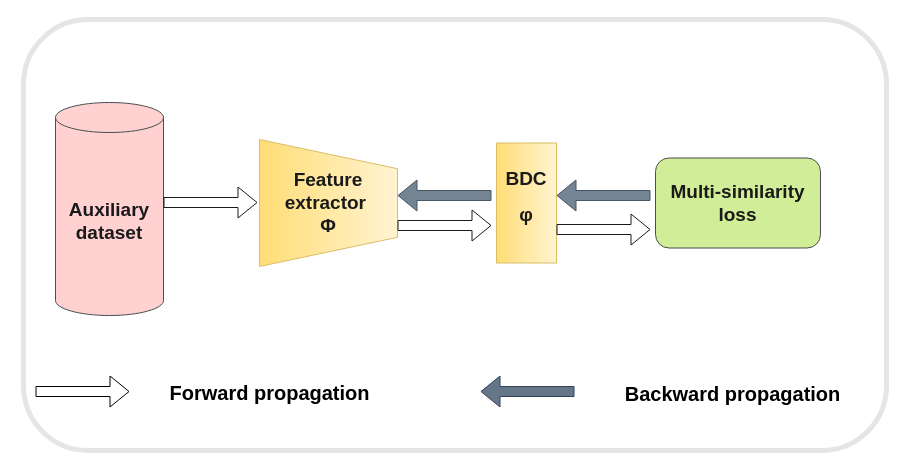
Before: 预训练.drawio in lilang0710/ll, a draw.io diagram. Source tidied: cells renumbered, new cells numbered last; positions are measured from the earlier drawing's top-left corner, leaving out a move shared by most shapes. Both pictures are drawn from the tidied source at 100%, with x=0, y=0 at pixel (23, 19).
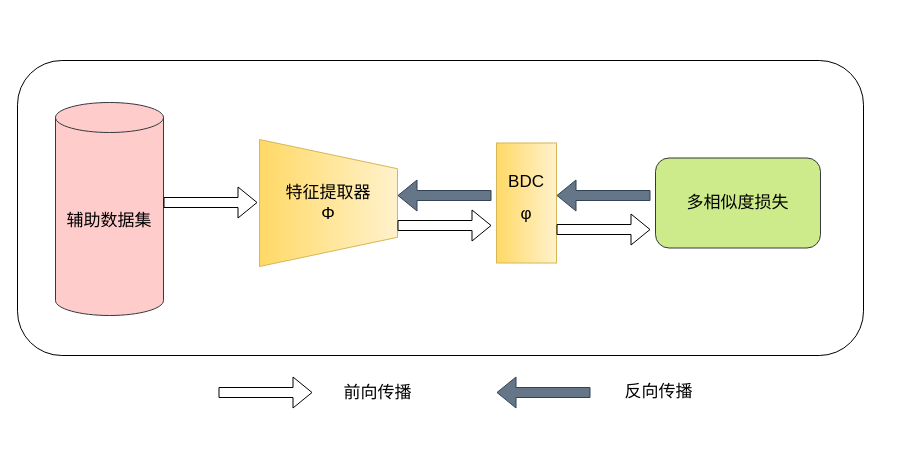
The same diagram, later.

Commit message:
更新预训练.drawio

The edit, as a diff of the source:
```diff
@@
-    <mxCell id="2" value="&lt;font style=&quot;font-size: 19px;&quot;&gt;&lt;b&gt;Auxiliary dataset&lt;/b&gt;&lt;/font&gt;" style="shape=cylinder3;whiteSpace=wrap;html=1;boundedLbl=1;backgroundOutline=1;size=15;fillColor=#ffcccc;strokeColor=#36393d;" parent="1" vertex="1">
+    <mxCell id="2" value="&lt;font style=&quot;font-size: 17px;&quot;&gt;辅助数据集&lt;/font&gt;" style="shape=cylinder3;whiteSpace=wrap;html=1;boundedLbl=1;backgroundOutline=1;size=15;fillColor=#ffcccc;strokeColor=#36393d;" parent="1" vertex="1">
       <mxGeometry x="32" y="83" width="108" height="213" as="geometry" />
     </mxCell>
-    <mxCell id="3" value="&lt;div style=&quot;font-size: 19px;&quot;&gt;&lt;font style=&quot;font-size: 19px;&quot;&gt;&lt;b&gt;&lt;font style=&quot;font-size: 19px;&quot;&gt;&lt;font style=&quot;font-size: 19px;&quot;&gt;Feature extractor&lt;/font&gt;&lt;span class=&quot;content-right_1THTn&quot;&gt;&amp;nbsp;&lt;/span&gt;&lt;/font&gt;&lt;/b&gt;&lt;/font&gt;&lt;/div&gt;&lt;div style=&quot;font-size: 19px;&quot;&gt;&lt;font style=&quot;font-size: 19px;&quot;&gt;&lt;b&gt;&lt;font style=&quot;font-size: 19px;&quot;&gt;&lt;span class=&quot;content-right_1THTn&quot;&gt;Φ&lt;/span&gt;&lt;/font&gt;&lt;/b&gt;&lt;/font&gt;&lt;/div&gt;" style="verticalLabelPosition=middle;verticalAlign=middle;html=1;shape=trapezoid;perimeter=trapezoidPerimeter;whiteSpace=wrap;size=0.23;arcSize=10;flipV=1;labelPosition=center;align=center;direction=south;fillColor=#fff2cc;gradientColor=#ffd966;strokeColor=#d6b656;" parent="1" vertex="1">
+    <mxCell id="3" value="&lt;div style=&quot;font-size: 17px;&quot;&gt;&lt;font style=&quot;font-size: 17px;&quot;&gt;&lt;font style=&quot;font-size: 17px;&quot;&gt;&lt;font style=&quot;font-size: 17px;&quot;&gt;特征提取器&lt;/font&gt;&lt;span class=&quot;content-right_1THTn&quot;&gt; &lt;br&gt;&lt;/span&gt;&lt;/font&gt;&lt;/font&gt;&lt;/div&gt;&lt;div style=&quot;font-size: 17px;&quot;&gt;&lt;font style=&quot;font-size: 17px;&quot;&gt;&lt;font style=&quot;font-size: 17px;&quot;&gt;&lt;span class=&quot;content-right_1THTn&quot;&gt;Φ&lt;/span&gt;&lt;/font&gt;&lt;/font&gt;&lt;/div&gt;" style="verticalLabelPosition=middle;verticalAlign=middle;html=1;shape=trapezoid;perimeter=trapezoidPerimeter;whiteSpace=wrap;size=0.23;arcSize=10;flipV=1;labelPosition=center;align=center;direction=south;fillColor=#fff2cc;gradientColor=#ffd966;strokeColor=#d6b656;" parent="1" vertex="1">
       <mxGeometry x="236" y="120" width="138" height="127" as="geometry" />
     </mxCell>
-    <mxCell id="4" value="&lt;font style=&quot;font-size: 19px;&quot;&gt;&lt;b&gt;BDC &lt;/b&gt;&lt;/font&gt;&lt;h1 style=&quot;font-size: 19px;&quot; class=&quot;QuestionHeader-title&quot;&gt;&lt;font style=&quot;font-size: 19px;&quot;&gt;φ&lt;/font&gt;&lt;/h1&gt;" style="rounded=0;whiteSpace=wrap;html=1;direction=south;fillColor=#fff2cc;gradientColor=#ffd966;strokeColor=#d6b656;" parent="1" vertex="1">
+    <mxCell id="4" value="&lt;font style=&quot;font-size: 17px;&quot;&gt;BDC &lt;/font&gt;&lt;h1 style=&quot;font-size: 17px;&quot; class=&quot;QuestionHeader-title&quot;&gt;&lt;font style=&quot;font-size: 17px;&quot;&gt;&lt;span style=&quot;font-weight: normal;&quot;&gt;φ&lt;/span&gt;&lt;/font&gt;&lt;/h1&gt;" style="rounded=0;whiteSpace=wrap;html=1;direction=south;fillColor=#fff2cc;gradientColor=#ffd966;strokeColor=#d6b656;" parent="1" vertex="1">
       <mxGeometry x="473" y="123.5" width="60" height="120" as="geometry" />
     </mxCell>
-    <mxCell id="5" value="&lt;font style=&quot;font-size: 19px;&quot;&gt;&lt;b&gt;&lt;font style=&quot;font-size: 19px;&quot;&gt;Multi-similarity loss&lt;/font&gt;&lt;/b&gt;&lt;/font&gt;" style="rounded=1;whiteSpace=wrap;html=1;fillColor=#cdeb8b;strokeColor=#36393d;" parent="1" vertex="1">
+    <mxCell id="5" value="&lt;font size=&quot;1&quot;&gt;&lt;font style=&quot;font-size: 17px;&quot;&gt;多相似度损失&lt;/font&gt;&lt;/font&gt;" style="rounded=1;whiteSpace=wrap;html=1;fillColor=#cdeb8b;strokeColor=#36393d;" parent="1" vertex="1">
       <mxGeometry x="632" y="138.5" width="165" height="90" as="geometry" />
     </mxCell>
@@
-    <mxCell id="11" style="rounded=1;whiteSpace=wrap;html=1;opacity=10;strokeWidth=5;" parent="1" vertex="1">
-      <mxGeometry width="863" height="431" as="geometry" />
-    </mxCell>
-    <mxCell id="12" value="&lt;font style=&quot;font-size: 22px;&quot;&gt;&lt;b style=&quot;font-size: 20px;&quot;&gt;&lt;font style=&quot;font-size: 20px;&quot;&gt;Forward propagation&lt;br&gt;&lt;/font&gt;&lt;/b&gt;&lt;/font&gt;" style="text;html=1;align=center;verticalAlign=middle;strokeColor=none;fillColor=none;" parent="1" vertex="1">
-      <mxGeometry x="137" y="355" width="218" height="38" as="geometry" />
+    <mxCell id="12" value="&lt;font style=&quot;font-size: 17px;&quot;&gt;&lt;font style=&quot;font-size: 17px;&quot;&gt;前向传播&lt;br&gt;&lt;/font&gt;&lt;/font&gt;" style="text;html=1;align=center;verticalAlign=middle;strokeColor=none;fillColor=none;" parent="1" vertex="1">
+      <mxGeometry x="311" y="358" width="86" height="32" as="geometry" />
     </mxCell>
-    <mxCell id="13" value="&lt;font size=&quot;1&quot;&gt;&lt;b&gt;&lt;font style=&quot;font-size: 20px;&quot;&gt;Backward propagation&lt;/font&gt;&lt;/b&gt;&lt;/font&gt;" style="text;html=1;align=center;verticalAlign=middle;strokeColor=none;fillColor=none;" parent="1" vertex="1">
-      <mxGeometry x="592" y="356" width="234" height="36" as="geometry" />
+    <mxCell id="13" value="&lt;font style=&quot;font-size: 17px;&quot;&gt;反向传播&lt;/font&gt;" style="text;html=1;align=center;verticalAlign=middle;strokeColor=none;fillColor=none;" parent="1" vertex="1">
+      <mxGeometry x="592" y="357" width="86" height="32" as="geometry" />
     </mxCell>
     <mxCell id="14" style="shape=flexArrow;endArrow=none;html=1;rounded=0;fontStyle=1;startArrow=block;endFill=0;fillColor=#647687;strokeColor=#314354;" parent="1" edge="1">
       <mxGeometry relative="1" as="geometry">
-        <mxPoint x="457" y="372" as="sourcePoint" />
-        <mxPoint x="551" y="372" as="targetPoint" />
+        <mxPoint x="473" y="373" as="sourcePoint" />
+        <mxPoint x="567" y="373" as="targetPoint" />
       </mxGeometry>
     </mxCell>
     <mxCell id="15" style="shape=flexArrow;endArrow=classic;html=1;rounded=0;" parent="1" edge="1">
       <mxGeometry relative="1" as="geometry">
-        <mxPoint x="12" y="372" as="sourcePoint" />
-        <mxPoint x="106" y="372" as="targetPoint" />
+        <mxPoint x="195" y="373" as="sourcePoint" />
+        <mxPoint x="289" y="373" as="targetPoint" />
       </mxGeometry>
     </mxCell>
+    <mxCell id="16" style="rounded=1;whiteSpace=wrap;html=1;fillColor=none;" parent="1" vertex="1">
+      <mxGeometry x="-6" y="41" width="846" height="295" as="geometry" />
+    </mxCell>
```
